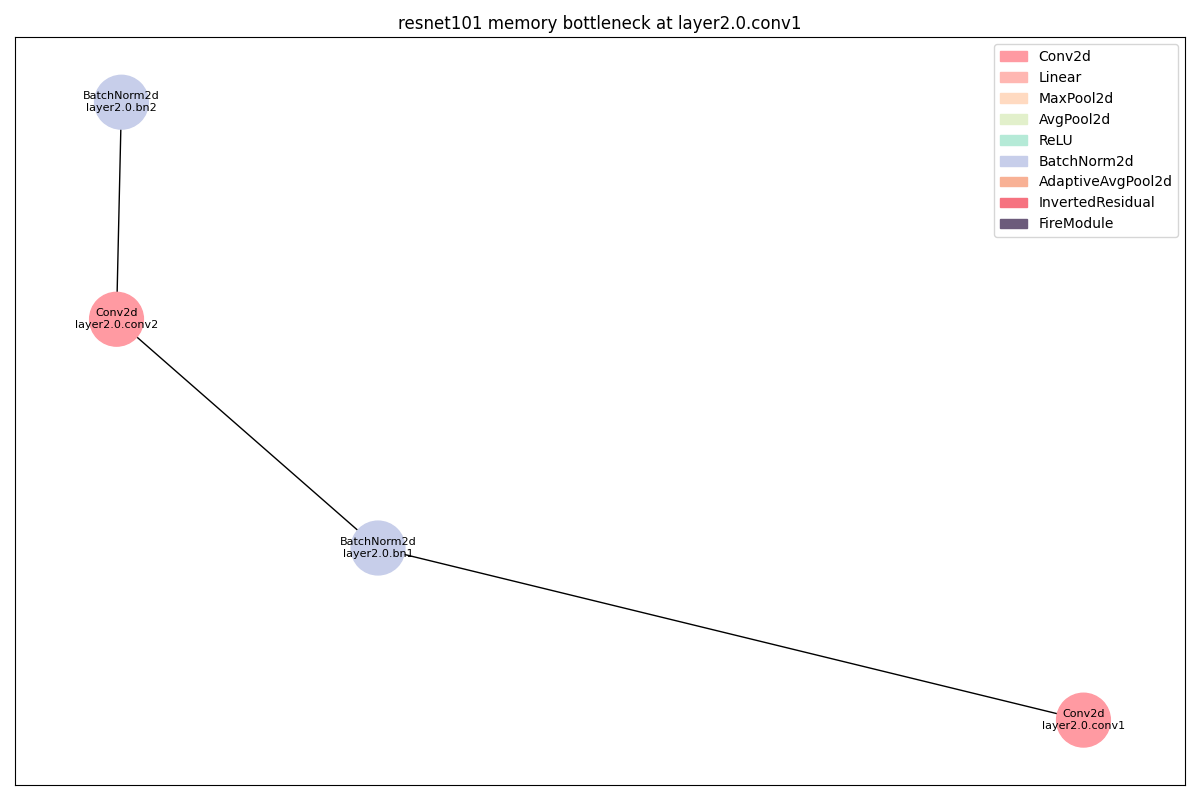
11222-Meng/DNN_Bottlen_Layer_Analysis keeps this Graphviz diagram as dags/resnet101_memory_layer2_0_conv1_op.png. Above is the earlier version. Its source is kept beside it as dags/resnet101_memory_layer2_0_conv1_op.dot. The source it was exported from:
```dot
strict digraph "" {
	Conv2d_0	[color="#FF9AA2",
		layer_name="layer2.0.conv1",
		params=32768,
		type=Conv2d];
	BatchNorm2d_0	[color="#C7CEEA",
		layer_name="layer2.0.bn1",
		params=256,
		type=BatchNorm2d];
	Conv2d_0 -> BatchNorm2d_0;
	Conv2d_1	[color="#FF9AA2",
		layer_name="layer2.0.conv2",
		params=147456,
		type=Conv2d];
	BatchNorm2d_0 -> Conv2d_1;
	BatchNorm2d_1	[color="#C7CEEA",
		layer_name="layer2.0.bn2",
		params=256,
		type=BatchNorm2d];
	Conv2d_1 -> BatchNorm2d_1;
}
```
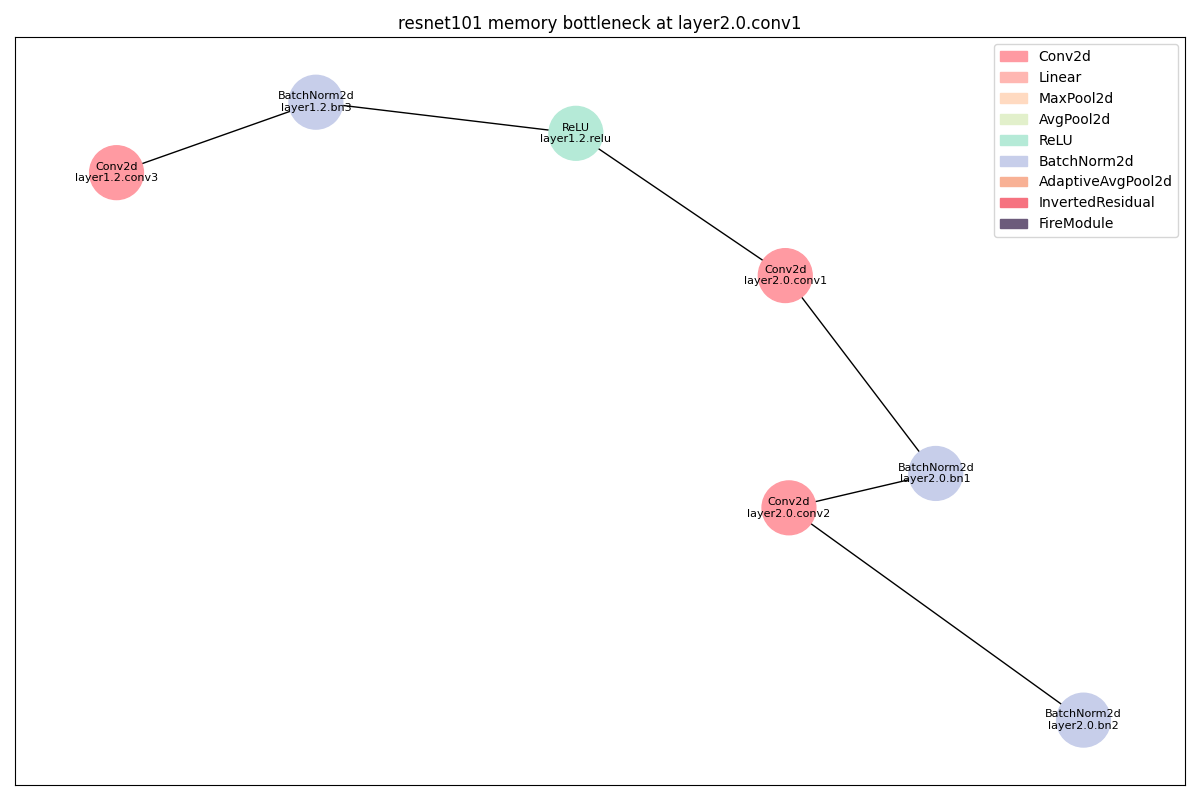
After the change.

What changed in the source:
```diff
@@ -1,21 +1,36 @@
 strict digraph "" {
 	Conv2d_0	[color="#FF9AA2",
+		layer_name="layer1.2.conv3",
+		params=16384,
+		type=Conv2d];
+	BatchNorm2d_0	[color="#C7CEEA",
+		layer_name="layer1.2.bn3",
+		params=512,
+		type=BatchNorm2d];
+	Conv2d_0 -> BatchNorm2d_0;
+	ReLU_0	[color="#B5EAD7",
+		layer_name="layer1.2.relu",
+		params=0,
+		type=ReLU];
+	BatchNorm2d_0 -> ReLU_0;
+	Conv2d_1	[color="#FF9AA2",
 		layer_name="layer2.0.conv1",
 		params=32768,
 		type=Conv2d];
-	BatchNorm2d_0	[color="#C7CEEA",
+	ReLU_0 -> Conv2d_1;
+	BatchNorm2d_1	[color="#C7CEEA",
 		layer_name="layer2.0.bn1",
 		params=256,
 		type=BatchNorm2d];
-	Conv2d_0 -> BatchNorm2d_0;
-	Conv2d_1	[color="#FF9AA2",
+	Conv2d_1 -> BatchNorm2d_1;
+	Conv2d_2	[color="#FF9AA2",
 		layer_name="layer2.0.conv2",
 		params=147456,
 		type=Conv2d];
-	BatchNorm2d_0 -> Conv2d_1;
-	BatchNorm2d_1	[color="#C7CEEA",
+	BatchNorm2d_1 -> Conv2d_2;
+	BatchNorm2d_2	[color="#C7CEEA",
 		layer_name="layer2.0.bn2",
 		params=256,
 		type=BatchNorm2d];
-	Conv2d_1 -> BatchNorm2d_1;
+	Conv2d_2 -> BatchNorm2d_2;
 }
```
